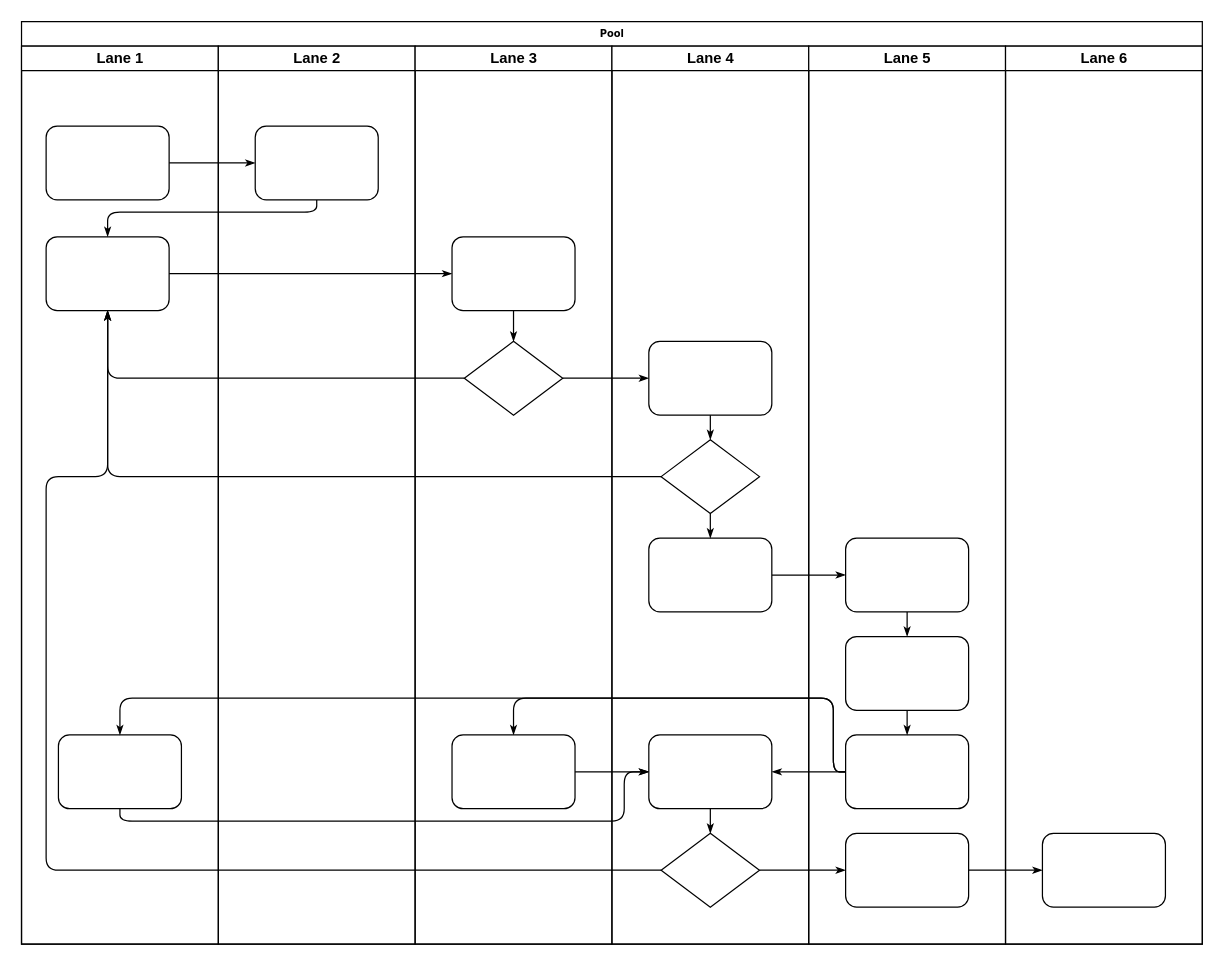
This is dream.drawio from Ted-L/drawio, a draw.io file, before an edit. Source tidied: cells renumbered, new cells numbered last; positions are measured from the earlier drawing's top-left corner, leaving out a move shared by most shapes. Both pictures are drawn from the tidied source at 123%, with x=0, y=0 at pixel (21, 21).
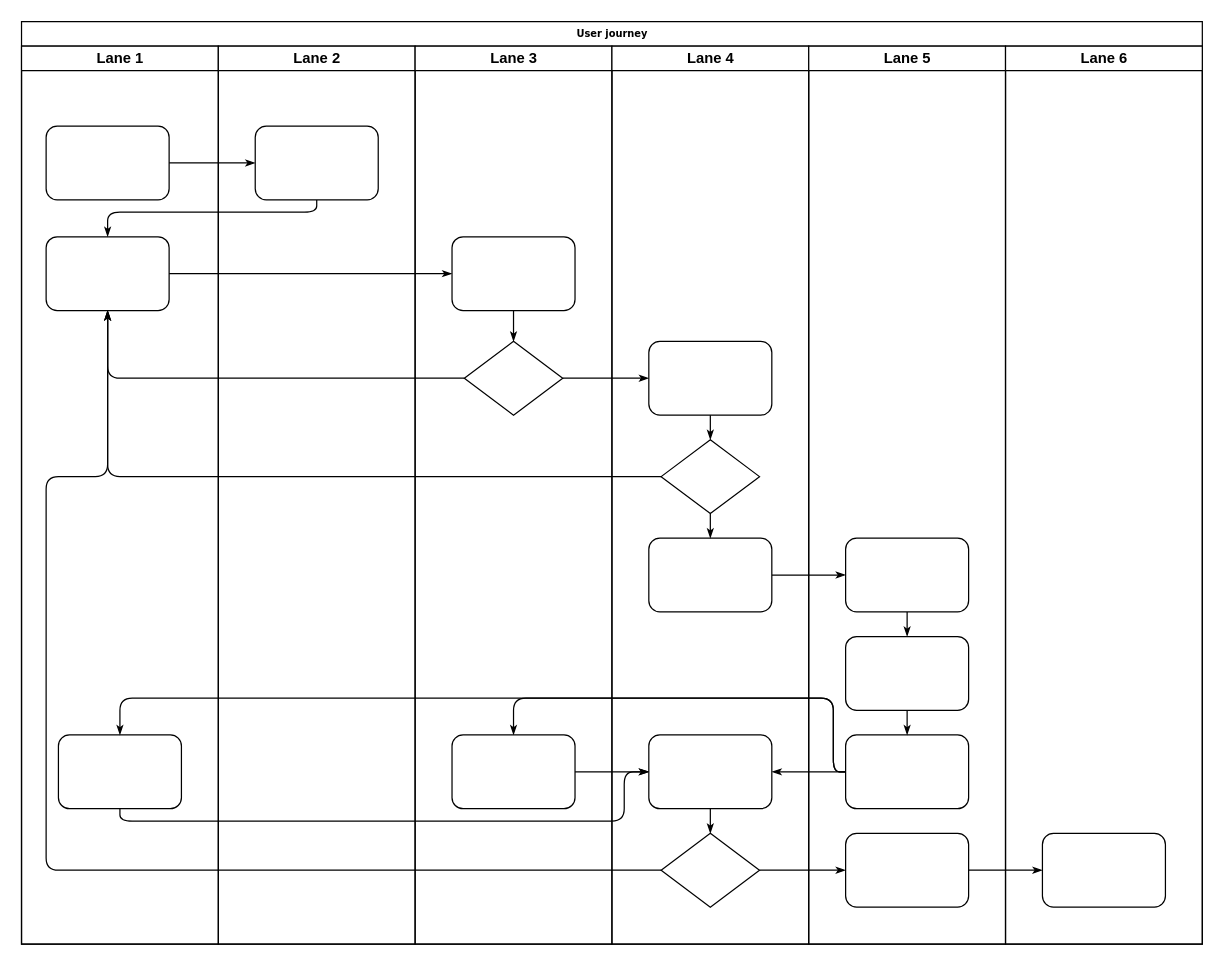
The same page after the edit.

Diff of the diagram source:
```diff
@@
-    <mxCell id="2" value="Pool" style="swimlane;html=1;startSize=20;rounded=0;shadow=0;labelBackgroundColor=none;strokeWidth=1;fontFamily=Verdana;fontSize=8;align=center;" parent="1" vertex="1">
+    <mxCell id="2" value="User journey" style="swimlane;html=1;startSize=20;rounded=0;shadow=0;labelBackgroundColor=none;strokeWidth=1;fontFamily=Verdana;fontSize=8;align=center;" parent="1" vertex="1">
       <mxGeometry width="960" height="750" as="geometry" />
     </mxCell>
```
